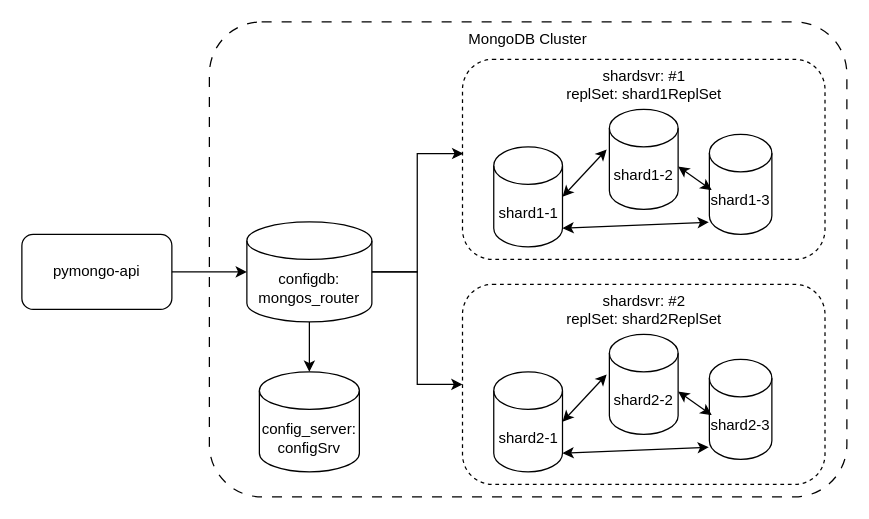
Above: schemas/task1-2.drawio in mironsv/architecture-black_friday (draw.io), before the change. Source tidied: cells renumbered, new cells numbered last; positions are measured from the earlier drawing's top-left corner, leaving out a move shared by most shapes. Both pictures are drawn from the tidied source at 125%, with x=0, y=0 at pixel (21, 21).
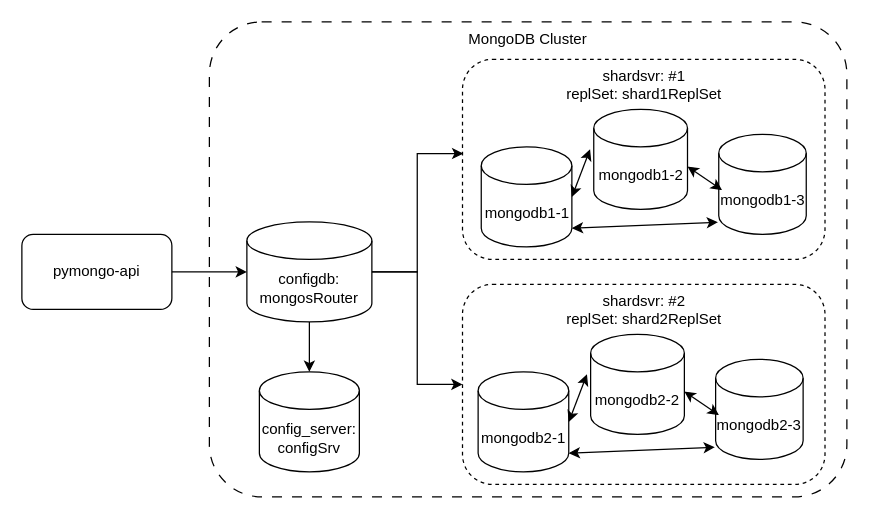
After the change.

Commit message (it also covers changes not shown here):
Task2 Add mongo-sharding

The edit, as a diff of the source:
```diff
@@
-    <mxCell id="5" value="&lt;div&gt;configdb:&lt;br&gt;mongos_router&lt;/div&gt;" style="shape=cylinder3;whiteSpace=wrap;html=1;boundedLbl=1;backgroundOutline=1;size=15;" parent="1" vertex="1">
+    <mxCell id="5" value="&lt;div&gt;configdb:&lt;br&gt;mongosRouter&lt;/div&gt;" style="shape=cylinder3;whiteSpace=wrap;html=1;boundedLbl=1;backgroundOutline=1;size=15;" parent="1" vertex="1">
       <mxGeometry x="180" y="160" width="100" height="80" as="geometry" />
     </mxCell>
@@
-    <mxCell id="8" value="&lt;div&gt;&lt;span style=&quot;background-color: transparent; color: light-dark(rgb(0, 0, 0), rgb(255, 255, 255));&quot;&gt;shard&lt;/span&gt;&lt;span style=&quot;background-color: transparent; color: light-dark(rgb(0, 0, 0), rgb(255, 255, 255));&quot;&gt;2-1&lt;/span&gt;&lt;/div&gt;" style="shape=cylinder3;whiteSpace=wrap;html=1;boundedLbl=1;backgroundOutline=1;size=15;" parent="1" vertex="1">
-      <mxGeometry x="377.5" y="280" width="55" height="80" as="geometry" />
-    </mxCell>
@@
-    <mxCell id="11" value="&lt;div&gt;&lt;span style=&quot;background-color: transparent; color: light-dark(rgb(0, 0, 0), rgb(255, 255, 255));&quot;&gt;shard&lt;/span&gt;&lt;span style=&quot;background-color: transparent; color: light-dark(rgb(0, 0, 0), rgb(255, 255, 255));&quot;&gt;2-2&lt;/span&gt;&lt;/div&gt;" style="shape=cylinder3;whiteSpace=wrap;html=1;boundedLbl=1;backgroundOutline=1;size=15;" parent="1" vertex="1">
-      <mxGeometry x="470" y="250" width="55" height="80" as="geometry" />
-    </mxCell>
-    <mxCell id="12" value="&lt;div&gt;&lt;span style=&quot;background-color: transparent; color: light-dark(rgb(0, 0, 0), rgb(255, 255, 255));&quot;&gt;shard&lt;/span&gt;&lt;span style=&quot;background-color: transparent; color: light-dark(rgb(0, 0, 0), rgb(255, 255, 255));&quot;&gt;2-3&lt;/span&gt;&lt;/div&gt;" style="shape=cylinder3;whiteSpace=wrap;html=1;boundedLbl=1;backgroundOutline=1;size=15;" parent="1" vertex="1">
-      <mxGeometry x="550" y="270" width="50" height="80" as="geometry" />
-    </mxCell>
-    <mxCell id="13" style="endArrow=classic;startArrow=classic;html=1;rounded=0;exitX=1;exitY=0.5;exitDx=0;exitDy=0;exitPerimeter=0;entryX=-0.039;entryY=0.4;entryDx=0;entryDy=0;entryPerimeter=0;" parent="1" edge="1" source="8" target="11">
-      <mxGeometry relative="1" as="geometry" />
-    </mxCell>
-    <mxCell id="14" style="endArrow=classic;startArrow=classic;html=1;rounded=0;entryX=0.037;entryY=0.557;entryDx=0;entryDy=0;entryPerimeter=0;exitX=1;exitY=0.571;exitDx=0;exitDy=0;exitPerimeter=0;" parent="1" edge="1" source="11" target="12">
-      <mxGeometry relative="1" as="geometry" />
-    </mxCell>
-    <mxCell id="15" style="endArrow=classic;startArrow=classic;html=1;rounded=0;entryX=-0.009;entryY=0.879;entryDx=0;entryDy=0;entryPerimeter=0;exitX=1;exitY=1;exitDx=0;exitDy=-15;exitPerimeter=0;" parent="1" edge="1" source="8" target="12">
-      <mxGeometry relative="1" as="geometry" />
-    </mxCell>
@@
-    <mxCell id="17" value="&lt;div&gt;&lt;span style=&quot;background-color: transparent; color: light-dark(rgb(0, 0, 0), rgb(255, 255, 255));&quot;&gt;shard1&lt;/span&gt;&lt;span style=&quot;background-color: transparent; color: light-dark(rgb(0, 0, 0), rgb(255, 255, 255));&quot;&gt;-1&lt;/span&gt;&lt;/div&gt;" style="shape=cylinder3;whiteSpace=wrap;html=1;boundedLbl=1;backgroundOutline=1;size=15;" parent="1" vertex="1">
-      <mxGeometry x="377.5" y="100" width="55" height="80" as="geometry" />
-    </mxCell>
-    <mxCell id="18" value="&lt;div&gt;&lt;span style=&quot;background-color: transparent; color: light-dark(rgb(0, 0, 0), rgb(255, 255, 255));&quot;&gt;shard1&lt;/span&gt;&lt;span style=&quot;background-color: transparent; color: light-dark(rgb(0, 0, 0), rgb(255, 255, 255));&quot;&gt;-2&lt;/span&gt;&lt;/div&gt;" style="shape=cylinder3;whiteSpace=wrap;html=1;boundedLbl=1;backgroundOutline=1;size=15;" parent="1" vertex="1">
-      <mxGeometry x="470" y="70" width="55" height="80" as="geometry" />
-    </mxCell>
-    <mxCell id="19" value="&lt;div&gt;&lt;span style=&quot;background-color: transparent; color: light-dark(rgb(0, 0, 0), rgb(255, 255, 255));&quot;&gt;shard1&lt;/span&gt;&lt;span style=&quot;background-color: transparent; color: light-dark(rgb(0, 0, 0), rgb(255, 255, 255));&quot;&gt;-3&lt;/span&gt;&lt;/div&gt;" style="shape=cylinder3;whiteSpace=wrap;html=1;boundedLbl=1;backgroundOutline=1;size=15;" parent="1" vertex="1">
-      <mxGeometry x="550" y="90" width="50" height="80" as="geometry" />
-    </mxCell>
-    <mxCell id="20" style="endArrow=classic;startArrow=classic;html=1;rounded=0;exitX=1;exitY=0.5;exitDx=0;exitDy=0;exitPerimeter=0;entryX=-0.039;entryY=0.4;entryDx=0;entryDy=0;entryPerimeter=0;" parent="1" edge="1" source="17" target="18">
-      <mxGeometry relative="1" as="geometry" />
-    </mxCell>
-    <mxCell id="21" style="endArrow=classic;startArrow=classic;html=1;rounded=0;entryX=0.037;entryY=0.557;entryDx=0;entryDy=0;entryPerimeter=0;exitX=1;exitY=0.571;exitDx=0;exitDy=0;exitPerimeter=0;" parent="1" edge="1" source="18" target="19">
-      <mxGeometry relative="1" as="geometry" />
-    </mxCell>
-    <mxCell id="22" style="endArrow=classic;startArrow=classic;html=1;rounded=0;entryX=-0.009;entryY=0.879;entryDx=0;entryDy=0;entryPerimeter=0;exitX=1;exitY=1;exitDx=0;exitDy=-15;exitPerimeter=0;" parent="1" edge="1" source="17" target="19">
-      <mxGeometry relative="1" as="geometry" />
-    </mxCell>
@@
+    <mxCell id="24" value="&lt;div&gt;&lt;span style=&quot;background-color: transparent;&quot;&gt;mongodb&lt;/span&gt;&lt;span style=&quot;background-color: transparent; color: light-dark(rgb(0, 0, 0), rgb(255, 255, 255));&quot;&gt;1&lt;/span&gt;&lt;span style=&quot;background-color: transparent; color: light-dark(rgb(0, 0, 0), rgb(255, 255, 255));&quot;&gt;-1&lt;/span&gt;&lt;/div&gt;" style="shape=cylinder3;whiteSpace=wrap;html=1;boundedLbl=1;backgroundOutline=1;size=15;" parent="1" vertex="1">
+      <mxGeometry x="367.5" y="100" width="72.5" height="80" as="geometry" />
+    </mxCell>
+    <mxCell id="25" value="&lt;div&gt;&lt;span style=&quot;background-color: transparent;&quot;&gt;mongodb1&lt;/span&gt;&lt;span style=&quot;background-color: transparent; color: light-dark(rgb(0, 0, 0), rgb(255, 255, 255));&quot;&gt;-2&lt;/span&gt;&lt;/div&gt;" style="shape=cylinder3;whiteSpace=wrap;html=1;boundedLbl=1;backgroundOutline=1;size=15;" parent="1" vertex="1">
+      <mxGeometry x="457.5" y="70" width="75" height="80" as="geometry" />
+    </mxCell>
+    <mxCell id="26" value="&lt;div&gt;&lt;span style=&quot;background-color: transparent;&quot;&gt;mongodb1&lt;/span&gt;&lt;span style=&quot;background-color: transparent; color: light-dark(rgb(0, 0, 0), rgb(255, 255, 255));&quot;&gt;-3&lt;/span&gt;&lt;/div&gt;" style="shape=cylinder3;whiteSpace=wrap;html=1;boundedLbl=1;backgroundOutline=1;size=15;" parent="1" vertex="1">
+      <mxGeometry x="557.5" y="90" width="70" height="80" as="geometry" />
+    </mxCell>
+    <mxCell id="27" style="endArrow=classic;startArrow=classic;html=1;rounded=0;exitX=1;exitY=0.5;exitDx=0;exitDy=0;exitPerimeter=0;entryX=-0.039;entryY=0.4;entryDx=0;entryDy=0;entryPerimeter=0;" parent="1" edge="1" source="24" target="25">
+      <mxGeometry relative="1" as="geometry" />
+    </mxCell>
+    <mxCell id="28" style="endArrow=classic;startArrow=classic;html=1;rounded=0;entryX=0.037;entryY=0.557;entryDx=0;entryDy=0;entryPerimeter=0;exitX=1;exitY=0.571;exitDx=0;exitDy=0;exitPerimeter=0;" parent="1" edge="1" source="25" target="26">
+      <mxGeometry relative="1" as="geometry" />
+    </mxCell>
+    <mxCell id="29" style="endArrow=classic;startArrow=classic;html=1;rounded=0;entryX=-0.009;entryY=0.879;entryDx=0;entryDy=0;entryPerimeter=0;exitX=1;exitY=1;exitDx=0;exitDy=-15;exitPerimeter=0;" parent="1" edge="1" source="24" target="26">
+      <mxGeometry relative="1" as="geometry" />
+    </mxCell>
+    <mxCell id="30" value="&lt;div&gt;&lt;span style=&quot;background-color: transparent;&quot;&gt;mongodb2&lt;/span&gt;&lt;span style=&quot;background-color: transparent; color: light-dark(rgb(0, 0, 0), rgb(255, 255, 255));&quot;&gt;-1&lt;/span&gt;&lt;/div&gt;" style="shape=cylinder3;whiteSpace=wrap;html=1;boundedLbl=1;backgroundOutline=1;size=15;" parent="1" vertex="1">
+      <mxGeometry x="365" y="280" width="72.5" height="80" as="geometry" />
+    </mxCell>
+    <mxCell id="31" value="&lt;div&gt;&lt;span style=&quot;background-color: transparent;&quot;&gt;mongodb2&lt;/span&gt;&lt;span style=&quot;background-color: transparent; color: light-dark(rgb(0, 0, 0), rgb(255, 255, 255));&quot;&gt;-2&lt;/span&gt;&lt;/div&gt;" style="shape=cylinder3;whiteSpace=wrap;html=1;boundedLbl=1;backgroundOutline=1;size=15;" parent="1" vertex="1">
+      <mxGeometry x="455" y="250" width="75" height="80" as="geometry" />
+    </mxCell>
+    <mxCell id="32" value="&lt;div&gt;&lt;span style=&quot;background-color: transparent;&quot;&gt;mongodb2&lt;/span&gt;&lt;span style=&quot;background-color: transparent; color: light-dark(rgb(0, 0, 0), rgb(255, 255, 255));&quot;&gt;-3&lt;/span&gt;&lt;/div&gt;" style="shape=cylinder3;whiteSpace=wrap;html=1;boundedLbl=1;backgroundOutline=1;size=15;" parent="1" vertex="1">
+      <mxGeometry x="555" y="270" width="70" height="80" as="geometry" />
+    </mxCell>
+    <mxCell id="33" style="endArrow=classic;startArrow=classic;html=1;rounded=0;exitX=1;exitY=0.5;exitDx=0;exitDy=0;exitPerimeter=0;entryX=-0.039;entryY=0.4;entryDx=0;entryDy=0;entryPerimeter=0;" parent="1" edge="1" source="30" target="31">
+      <mxGeometry relative="1" as="geometry" />
+    </mxCell>
+    <mxCell id="34" style="endArrow=classic;startArrow=classic;html=1;rounded=0;entryX=0.037;entryY=0.557;entryDx=0;entryDy=0;entryPerimeter=0;exitX=1;exitY=0.571;exitDx=0;exitDy=0;exitPerimeter=0;" parent="1" edge="1" source="31" target="32">
+      <mxGeometry relative="1" as="geometry" />
+    </mxCell>
+    <mxCell id="35" style="endArrow=classic;startArrow=classic;html=1;rounded=0;entryX=-0.009;entryY=0.879;entryDx=0;entryDy=0;entryPerimeter=0;exitX=1;exitY=1;exitDx=0;exitDy=-15;exitPerimeter=0;" parent="1" edge="1" source="30" target="32">
+      <mxGeometry relative="1" as="geometry" />
+    </mxCell>
```
